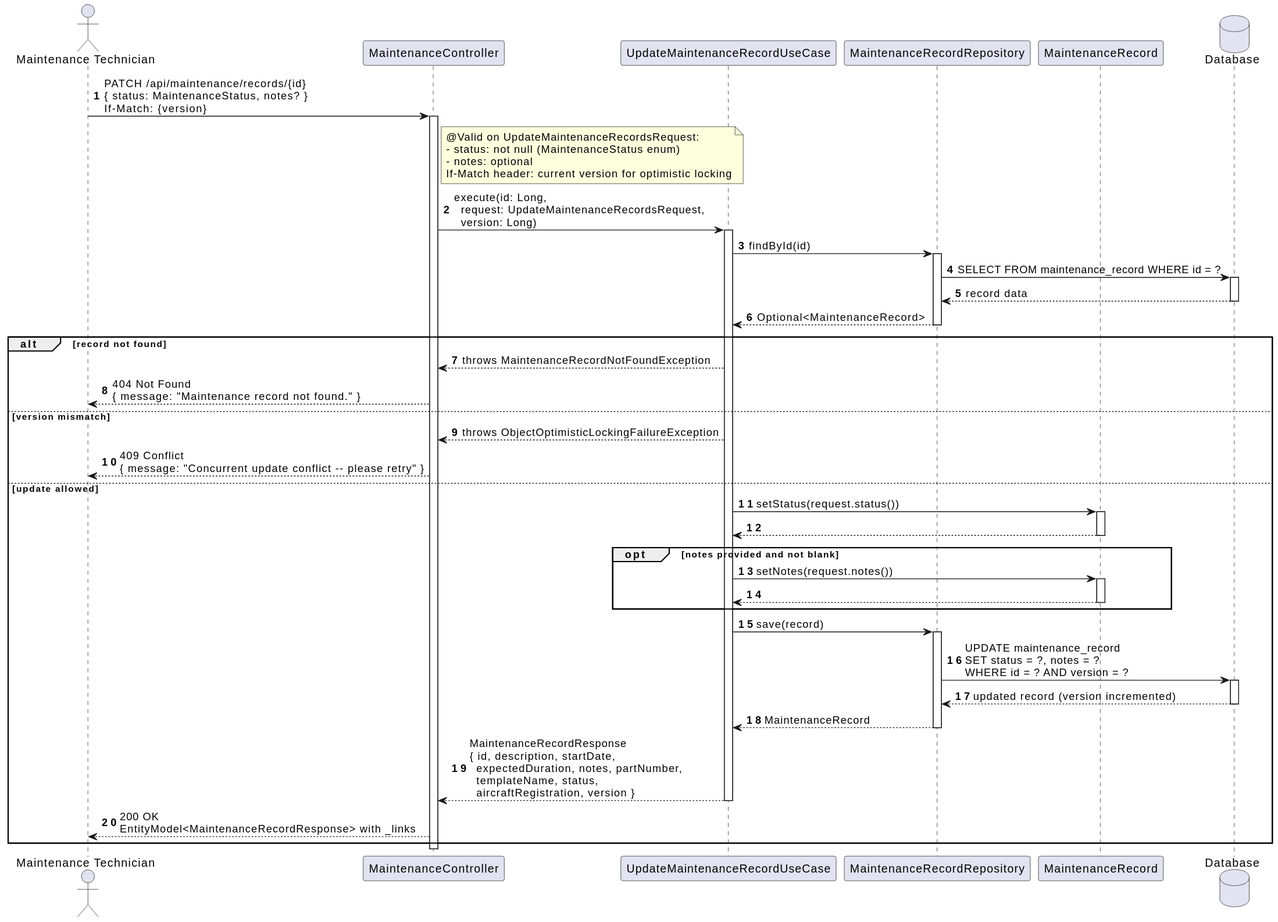
VascoMagolo/psoft_1231562_1241692_1242036_2db keeps this PlantUML diagram as docs/system-documentation/use-cases/WP4A/US119/svg/sd_us119.svg. Above is the earlier version.
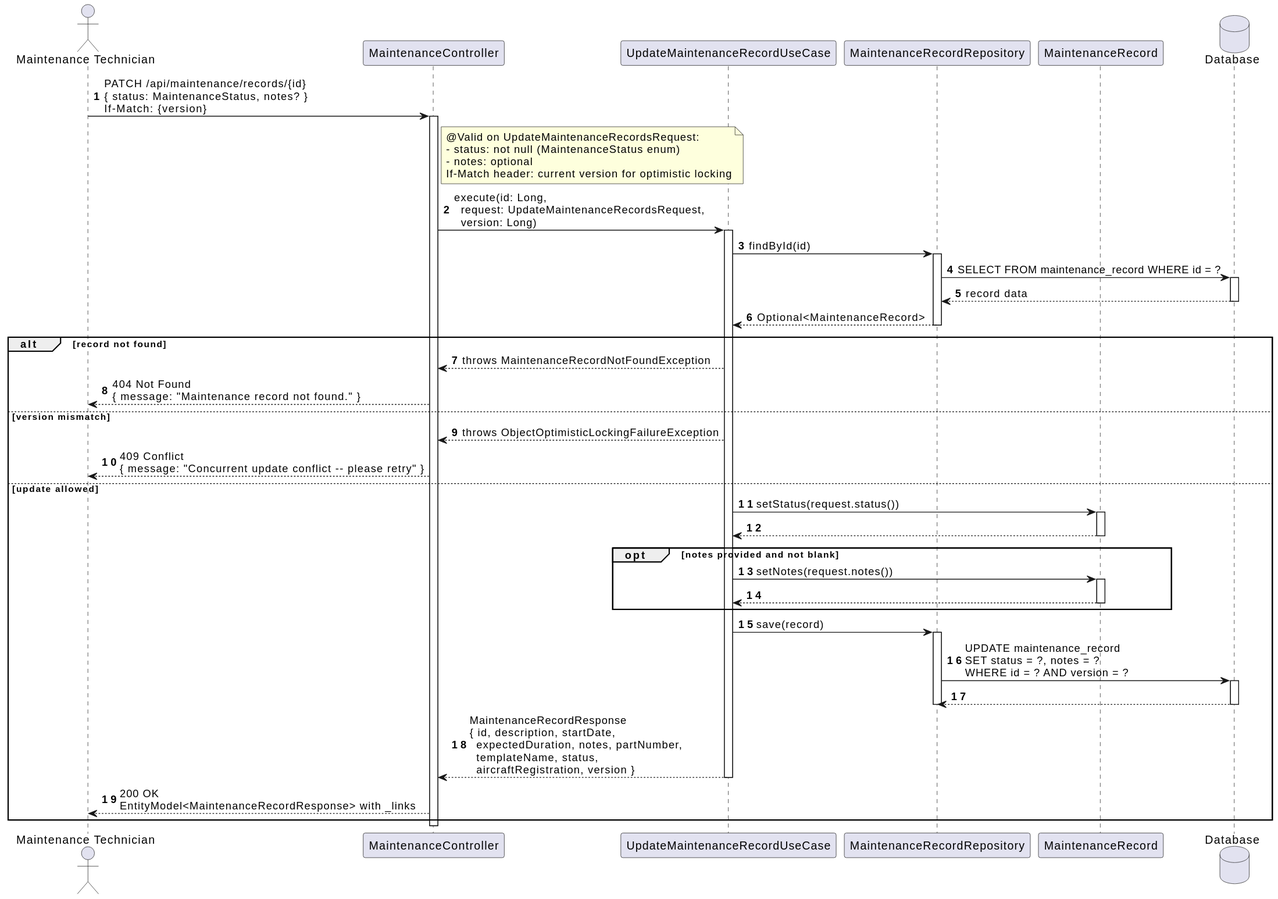
The same diagram one commit later.

What changed in the source:
```diff
@@ -52,9 +52,8 @@
   activate Repo
   Repo -> DB : UPDATE maintenance_record\nSET status = ?, notes = ?\nWHERE id = ? AND version = ?
   activate DB
-  DB --> Repo : updated record (version incremented)
+  DB --> Repo
   deactivate DB
-  Repo --> UC : MaintenanceRecord
   deactivate Repo
 
   UC --> Ctrl : MaintenanceRecordResponse\n{ id, description, startDate,\n  expectedDuration, notes, partNumber,\n  templateName, status,\n  aircraftRegistration, version }
```
